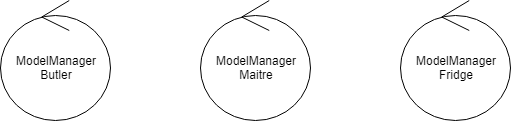
The draw.io diagram Relazioni/images/analisi/Z2_StrutturaModello.png in xAlessandroC/iss2019TemaFinale, before a commit. Source tidied: cells renumbered, new cells last; positions are measured from the earlier drawing's top-left corner, leaving out a move shared by most shapes. The source it was exported from:
```xml
<mxGraphModel>
  <root>
    <mxCell id="0" />
    <mxCell id="1" parent="0" />
    <mxCell id="2" value="ModelManager&lt;br&gt;Butler" style="ellipse;shape=umlControl;whiteSpace=wrap;html=1;" parent="1" vertex="1">
      <mxGeometry width="110" height="120" as="geometry" />
    </mxCell>
    <mxCell id="3" value="ModelManager&lt;br&gt;Maitre" style="ellipse;shape=umlControl;whiteSpace=wrap;html=1;" parent="1" vertex="1">
      <mxGeometry x="200" width="110" height="120" as="geometry" />
    </mxCell>
    <mxCell id="4" value="ModelManager&lt;br&gt;Fridge" style="ellipse;shape=umlControl;whiteSpace=wrap;html=1;" parent="1" vertex="1">
      <mxGeometry x="400" width="110" height="120" as="geometry" />
    </mxCell>
  </root>
</mxGraphModel>
```
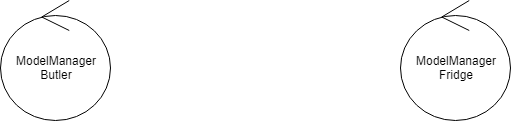
After the commit.

Change to the diagram source:
```diff
@@ -5,9 +5,6 @@
     <mxCell id="2" value="ModelManager&lt;br&gt;Butler" style="ellipse;shape=umlControl;whiteSpace=wrap;html=1;" parent="1" vertex="1">
       <mxGeometry width="110" height="120" as="geometry" />
     </mxCell>
-    <mxCell id="3" value="ModelManager&lt;br&gt;Maitre" style="ellipse;shape=umlControl;whiteSpace=wrap;html=1;" parent="1" vertex="1">
-      <mxGeometry x="200" width="110" height="120" as="geometry" />
-    </mxCell>
     <mxCell id="4" value="ModelManager&lt;br&gt;Fridge" style="ellipse;shape=umlControl;whiteSpace=wrap;html=1;" parent="1" vertex="1">
       <mxGeometry x="400" width="110" height="120" as="geometry" />
     </mxCell>
```
